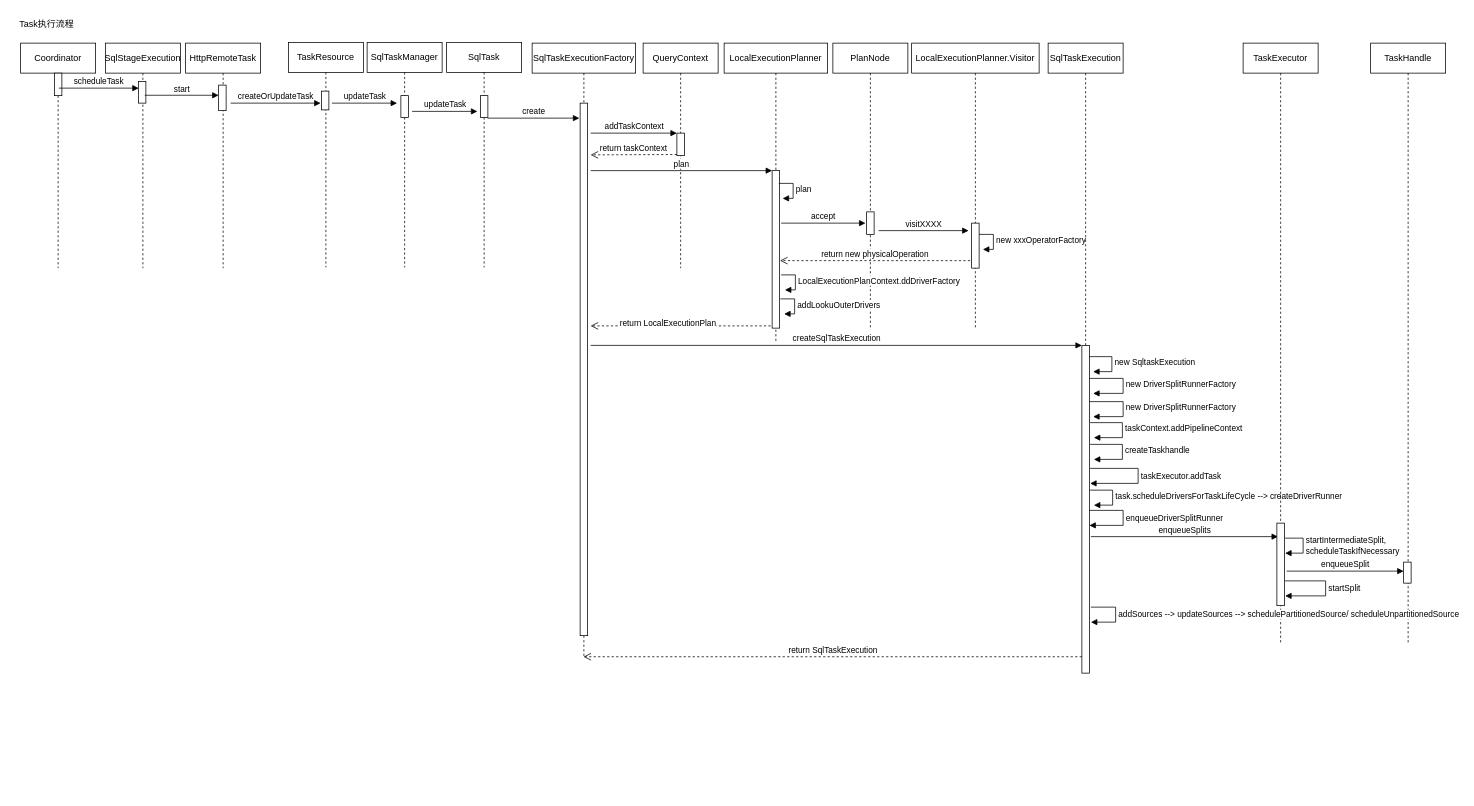
The draw.io diagram page "Presto Worker" (6 of 6) of presto源码解析时序图.drawio in huangxiaopingRD/diagrams, before the edit. Source tidied: cells renumbered, new cells numbered last; positions are measured from the earlier drawing's top-left corner, leaving out a move shared by most shapes. Both pictures are drawn from the tidied source at 75%, with x=0, y=0 at pixel (13, 13).
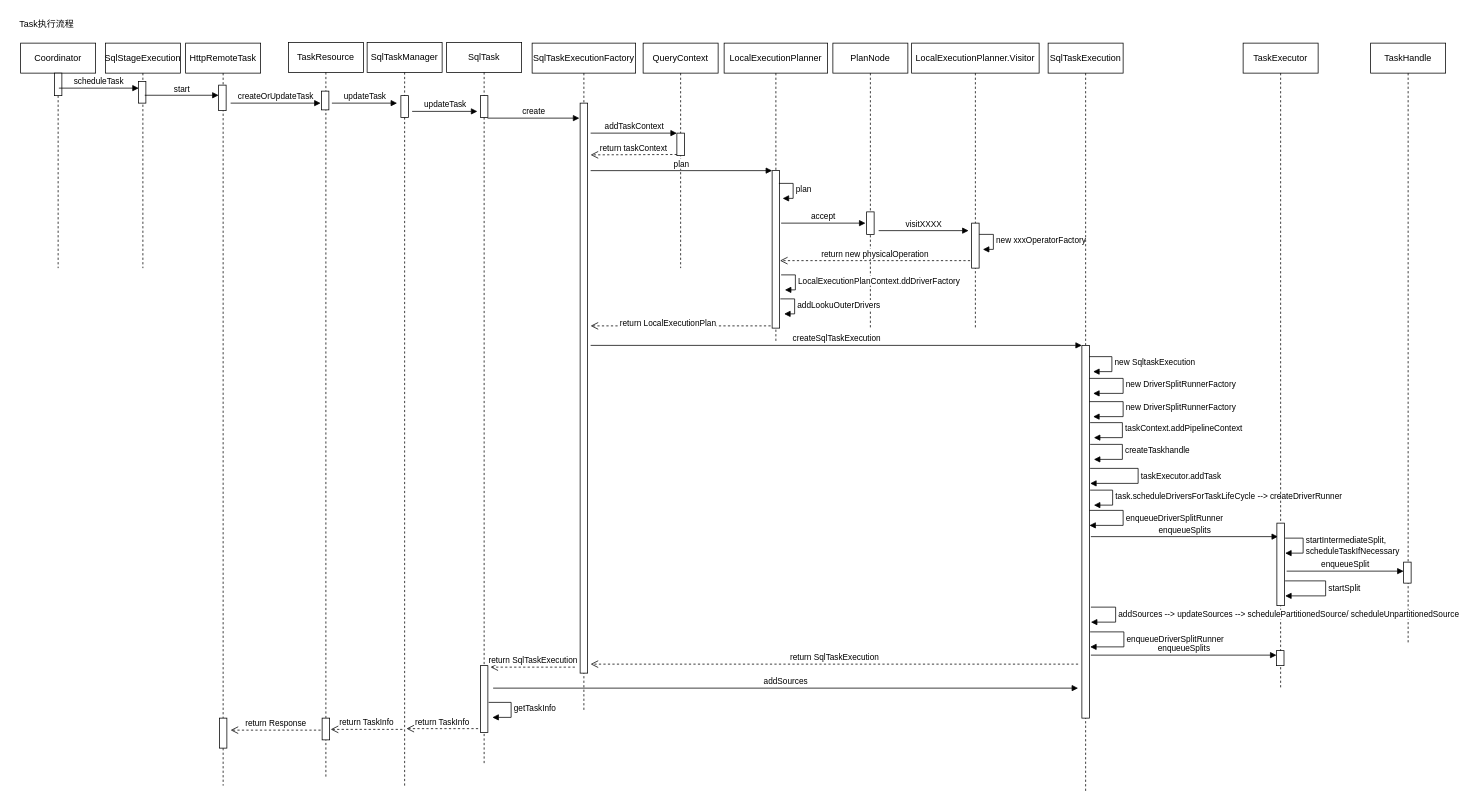
The same diagram, later.

Commit message:
update presto worker

What changed in the source:
```diff
@@
     <mxCell id="8" value="HttpRemoteTask" style="shape=umlLifeline;perimeter=lifelinePerimeter;whiteSpace=wrap;html=1;" parent="1" vertex="1">
-      <mxGeometry x="230" y="40" width="100" height="300" as="geometry" />
+      <mxGeometry x="230" y="40" width="100" height="990" as="geometry" />
     </mxCell>
@@
+    <mxCell id="64" style="html=1;perimeter=orthogonalPerimeter;" parent="8" vertex="1">
+      <mxGeometry x="45" y="900" width="10" height="40" as="geometry" />
+    </mxCell>
     <mxCell id="11" value="TaskResource" style="shape=umlLifeline;perimeter=lifelinePerimeter;whiteSpace=wrap;html=1;" parent="1" vertex="1">
-      <mxGeometry x="367" y="39" width="100" height="300" as="geometry" />
+      <mxGeometry x="367" y="39" width="100" height="981" as="geometry" />
     </mxCell>
@@
+    <mxCell id="65" style="html=1;perimeter=orthogonalPerimeter;" parent="11" vertex="1">
+      <mxGeometry x="45" y="901" width="10" height="29" as="geometry" />
+    </mxCell>
     <mxCell id="15" value="SqlTaskManager" style="shape=umlLifeline;perimeter=lifelinePerimeter;whiteSpace=wrap;html=1;" parent="1" vertex="1">
-      <mxGeometry x="472" y="39" width="100" height="300" as="geometry" />
+      <mxGeometry x="472" y="39" width="100" height="991" as="geometry" />
     </mxCell>
@@
     <mxCell id="17" value="SqlTask" style="shape=umlLifeline;perimeter=lifelinePerimeter;whiteSpace=wrap;html=1;" parent="1" vertex="1">
-      <mxGeometry x="578" y="39" width="100" height="300" as="geometry" />
+      <mxGeometry x="578" y="39" width="100" height="961" as="geometry" />
     </mxCell>
@@
+    <mxCell id="66" style="html=1;perimeter=orthogonalPerimeter;" parent="17" vertex="1">
+      <mxGeometry x="45" y="831" width="10" height="89" as="geometry" />
+    </mxCell>
+    <mxCell id="67" value="return SqlTaskExecution" style="html=1;verticalAlign=bottom;endArrow=open;dashed=1;endSize=8;rounded=0;" parent="17" edge="1">
+      <mxGeometry relative="1" as="geometry">
+        <mxPoint x="171" y="833" as="sourcePoint" />
+        <mxPoint x="58.5" y="833" as="targetPoint" />
+      </mxGeometry>
+    </mxCell>
+    <mxCell id="68" value="addSources" style="html=1;verticalAlign=bottom;endArrow=block;rounded=0;" parent="17" edge="1">
+      <mxGeometry relative="1" as="geometry">
+        <mxPoint x="62" y="861" as="sourcePoint" />
+        <mxPoint x="842" y="861" as="targetPoint" />
+      </mxGeometry>
+    </mxCell>
@@
     <mxCell id="21" value="SqlTaskExecutionFactory" style="shape=umlLifeline;perimeter=lifelinePerimeter;whiteSpace=wrap;html=1;outlineConnect=0;" parent="1" vertex="1">
-      <mxGeometry x="692" y="40" width="138" height="820" as="geometry" />
+      <mxGeometry x="692" y="40" width="138" height="890" as="geometry" />
     </mxCell>
     <mxCell id="22" style="html=1;perimeter=orthogonalPerimeter;" parent="21" vertex="1">
-      <mxGeometry x="64" y="80" width="10" height="710" as="geometry" />
+      <mxGeometry x="64" y="80" width="10" height="760" as="geometry" />
     </mxCell>
@@
     <mxCell id="43" value="SqlTaskExecution" style="shape=umlLifeline;perimeter=lifelinePerimeter;whiteSpace=wrap;html=1;" parent="1" vertex="1">
-      <mxGeometry x="1380" y="40" width="100" height="840" as="geometry" />
+      <mxGeometry x="1380" y="40" width="100" height="1000" as="geometry" />
     </mxCell>
     <mxCell id="44" style="html=1;points=[];perimeter=orthogonalPerimeter;" parent="43" vertex="1">
-      <mxGeometry x="45" y="403" width="10" height="437" as="geometry" />
+      <mxGeometry x="45" y="403" width="10" height="497" as="geometry" />
     </mxCell>
@@
-    <mxCell id="47" value="return SqlTaskExecution" style="html=1;verticalAlign=bottom;endArrow=open;dashed=1;endSize=8;exitX=0;exitY=0.95;rounded=0;" parent="1" edge="1" source="44" target="21">
-      <mxGeometry relative="1" as="geometry" />
+    <mxCell id="47" value="return SqlTaskExecution" style="html=1;verticalAlign=bottom;endArrow=open;dashed=1;endSize=8;rounded=0;" parent="1" edge="1">
+      <mxGeometry relative="1" as="geometry">
+        <mxPoint x="1420" y="868" as="sourcePoint" />
+        <mxPoint x="770" y="868" as="targetPoint" />
+      </mxGeometry>
     </mxCell>
@@
     <mxCell id="55" value="TaskExecutor" style="shape=umlLifeline;perimeter=lifelinePerimeter;whiteSpace=wrap;html=1;" parent="1" vertex="1">
-      <mxGeometry x="1640" y="40" width="100" height="800" as="geometry" />
+      <mxGeometry x="1640" y="40" width="100" height="860" as="geometry" />
     </mxCell>
@@
+    <mxCell id="69" style="html=1;points=[];perimeter=orthogonalPerimeter;" parent="55" vertex="1">
+      <mxGeometry x="44.5" y="810" width="10" height="20" as="geometry" />
+    </mxCell>
@@
+    <mxCell id="70" value="&lt;span style=&quot;text-align: center&quot;&gt;enqueueDriverSplitRunner&lt;/span&gt;" style="edgeStyle=orthogonalEdgeStyle;html=1;align=left;spacingLeft=2;endArrow=block;rounded=0;" parent="1" edge="1">
+      <mxGeometry relative="1" as="geometry">
+        <mxPoint x="1436" y="825" as="sourcePoint" />
+        <mxPoint x="1436" y="845" as="targetPoint" />
+        <Array as="points">
+          <mxPoint x="1481" y="825" />
+          <mxPoint x="1481" y="845" />
+        </Array>
+      </mxGeometry>
+    </mxCell>
+    <mxCell id="71" value="enqueueSplits" style="html=1;verticalAlign=bottom;endArrow=block;rounded=0;" parent="1" edge="1" target="69">
+      <mxGeometry relative="1" as="geometry">
+        <mxPoint x="1437" y="856" as="sourcePoint" />
+      </mxGeometry>
+    </mxCell>
+    <mxCell id="72" value="getTaskInfo" style="edgeStyle=orthogonalEdgeStyle;html=1;align=left;spacingLeft=2;endArrow=block;rounded=0;entryX=1;entryY=0;" parent="1" edge="1">
+      <mxGeometry relative="1" as="geometry">
+        <mxPoint x="634" y="919" as="sourcePoint" />
+        <mxPoint x="639" y="939" as="targetPoint" />
+        <Array as="points">
+          <mxPoint x="664" y="919" />
+        </Array>
+      </mxGeometry>
+    </mxCell>
+    <mxCell id="73" value="return TaskInfo" style="html=1;verticalAlign=bottom;endArrow=open;dashed=1;endSize=8;rounded=0;" parent="1" edge="1">
+      <mxGeometry relative="1" as="geometry">
+        <mxPoint x="620" y="954" as="sourcePoint" />
+        <mxPoint x="524.5" y="954" as="targetPoint" />
+      </mxGeometry>
+    </mxCell>
+    <mxCell id="74" value="return TaskInfo" style="html=1;verticalAlign=bottom;endArrow=open;dashed=1;endSize=8;rounded=0;" parent="1" edge="1">
+      <mxGeometry relative="1" as="geometry">
+        <mxPoint x="519" y="955" as="sourcePoint" />
+        <mxPoint x="423.5" y="955" as="targetPoint" />
+      </mxGeometry>
+    </mxCell>
+    <mxCell id="75" value="return Response" style="html=1;verticalAlign=bottom;endArrow=open;dashed=1;endSize=8;rounded=0;" parent="1" edge="1">
+      <mxGeometry relative="1" as="geometry">
+        <mxPoint x="410" y="956" as="sourcePoint" />
+        <mxPoint x="290" y="956" as="targetPoint" />
+      </mxGeometry>
+    </mxCell>
```
